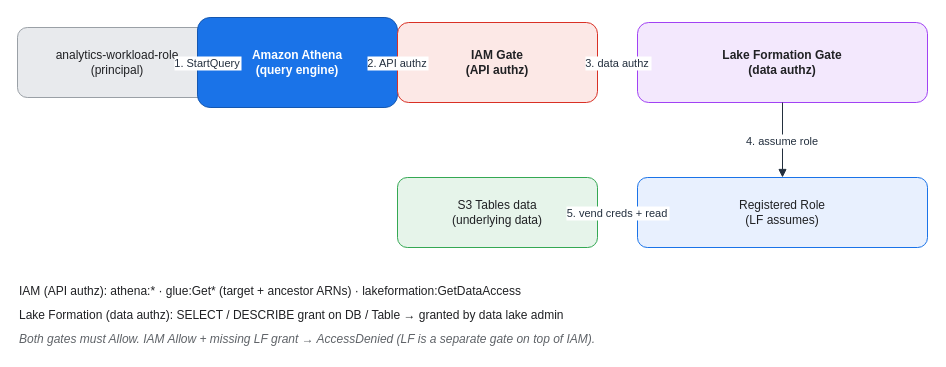
Earlier version of the draw.io diagram assets/img/aws/analytics-stack-07-lake-formation.drawio (KKamJi98/kkamji98.github.io). Source tidied: cells renumbered, new cells numbered last; positions are measured from the earlier drawing's top-left corner, leaving out a move shared by most shapes. Both pictures are drawn from the tidied source at 100%, with x=0, y=0 at pixel (17, 17).
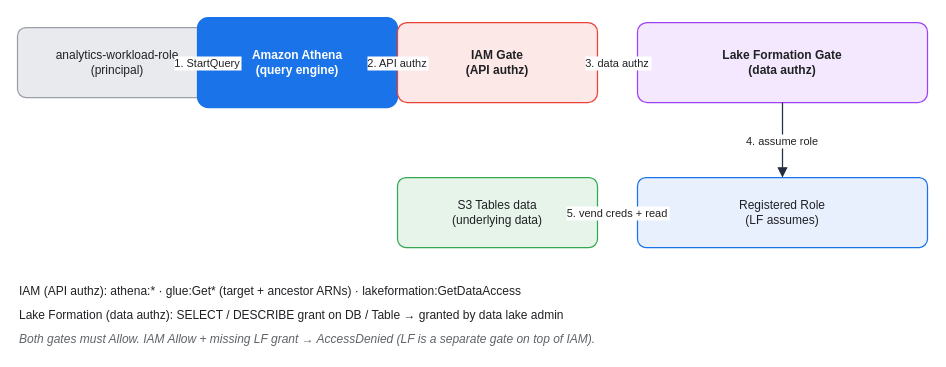
After the change.

What changed in the source:
```diff
@@
-<mxGraphModel>
+<mxGraphModel background="#FFFFFF">
   <root>
     <mxCell id="0" />
     <mxCell id="1" parent="0" />
-    <mxCell id="2" value="analytics-workload-role&#10;(principal)" style="rounded=1;whiteSpace=wrap;html=0;arcSize=14;shadow=0;fillColor=#E8EAED;strokeColor=#9AA0A6;fontColor=#202124;" parent="1" vertex="1">
+    <mxCell id="2" value="analytics-workload-role&#10;(principal)" style="rounded=1;whiteSpace=wrap;html=0;arcSize=12;shadow=0;fillColor=#E8EAED;strokeColor=#9AA0A6;fontColor=#202124;strokeWidth=1.25;" parent="1" vertex="1">
       <mxGeometry y="10" width="200" height="70" as="geometry" />
     </mxCell>
-    <mxCell id="3" value="Amazon Athena&#10;(query engine)" style="rounded=1;whiteSpace=wrap;html=0;arcSize=14;shadow=0;fillColor=#1A73E8;strokeColor=#1457B0;fontColor=#FFFFFF;fontStyle=1;" parent="1" vertex="1">
+    <mxCell id="3" value="Amazon Athena&#10;(query engine)" style="rounded=1;whiteSpace=wrap;html=0;arcSize=12;shadow=0;fillColor=#1A73E8;strokeColor=#1A73E8;fontColor=#FFFFFF;fontStyle=1;strokeWidth=1.25;" parent="1" vertex="1">
       <mxGeometry x="180" width="200" height="90" as="geometry" />
     </mxCell>
-    <mxCell id="4" value="IAM Gate&#10;(API authz)" style="rounded=1;whiteSpace=wrap;html=0;arcSize=14;shadow=0;fillColor=#FCE8E6;strokeColor=#D93025;fontColor=#202124;fontStyle=1;" parent="1" vertex="1">
+    <mxCell id="4" value="IAM Gate&#10;(API authz)" style="rounded=1;whiteSpace=wrap;html=0;arcSize=12;shadow=0;fillColor=#FCE8E6;strokeColor=#EA4335;fontColor=#202124;fontStyle=1;strokeWidth=1.25;" parent="1" vertex="1">
       <mxGeometry x="380" y="5" width="200" height="80" as="geometry" />
     </mxCell>
-    <mxCell id="5" value="Lake Formation Gate&#10;(data authz)" style="rounded=1;whiteSpace=wrap;html=0;arcSize=14;shadow=0;fillColor=#F3E8FD;strokeColor=#A142F4;fontColor=#202124;fontStyle=1;" parent="1" vertex="1">
+    <mxCell id="5" value="Lake Formation Gate&#10;(data authz)" style="rounded=1;whiteSpace=wrap;html=0;arcSize=12;shadow=0;fillColor=#F3E8FD;strokeColor=#A142F4;fontColor=#202124;fontStyle=1;strokeWidth=1.25;" parent="1" vertex="1">
       <mxGeometry x="620" y="5" width="290" height="80" as="geometry" />
     </mxCell>
-    <mxCell id="6" value="Registered Role&#10;(LF assumes)" style="rounded=1;whiteSpace=wrap;html=0;arcSize=14;shadow=0;fillColor=#E8F0FE;strokeColor=#1A73E8;fontColor=#202124;" parent="1" vertex="1">
+    <mxCell id="6" value="Registered Role&#10;(LF assumes)" style="rounded=1;whiteSpace=wrap;html=0;arcSize=12;shadow=0;fillColor=#E8F0FE;strokeColor=#1A73E8;fontColor=#202124;strokeWidth=1.25;" parent="1" vertex="1">
       <mxGeometry x="620" y="160" width="290" height="70" as="geometry" />
     </mxCell>
-    <mxCell id="7" value="S3 Tables data&#10;(underlying data)" style="rounded=1;whiteSpace=wrap;html=0;arcSize=14;shadow=0;fillColor=#E6F4EA;strokeColor=#34A853;fontColor=#202124;" parent="1" vertex="1">
+    <mxCell id="7" value="S3 Tables data&#10;(underlying data)" style="rounded=1;whiteSpace=wrap;html=0;arcSize=12;shadow=0;fillColor=#E6F4EA;strokeColor=#34A853;fontColor=#202124;strokeWidth=1.25;" parent="1" vertex="1">
       <mxGeometry x="380" y="160" width="200" height="70" as="geometry" />
     </mxCell>
-    <mxCell id="8" value="1. StartQuery" style="edgeStyle=orthogonalEdgeStyle;rounded=1;html=0;fontColor=#232F3E;strokeColor=#232F3E;labelBackgroundColor=#FFFFFF;endArrow=block;exitX=1;exitY=0.5;exitDx=0;exitDy=0;entryX=0;entryY=0.5;entryDx=0;entryDy=0;" parent="1" edge="1" source="2" target="3">
+    <mxCell id="8" value="1. StartQuery" style="edgeStyle=orthogonalEdgeStyle;rounded=1;html=0;fontColor=#202124;strokeColor=#232F3E;labelBackgroundColor=#FFFFFF;endArrow=block;exitX=1;exitY=0.5;exitDx=0;exitDy=0;entryX=0;entryY=0.5;entryDx=0;entryDy=0;strokeWidth=1.25;endSize=7;" parent="1" edge="1" source="2" target="3">
       <mxGeometry relative="1" as="geometry" />
     </mxCell>
-    <mxCell id="9" value="2. API authz" style="edgeStyle=orthogonalEdgeStyle;rounded=1;html=0;fontColor=#232F3E;strokeColor=#232F3E;labelBackgroundColor=#FFFFFF;endArrow=block;exitX=1;exitY=0.5;exitDx=0;exitDy=0;entryX=0;entryY=0.5;entryDx=0;entryDy=0;" parent="1" edge="1" source="3" target="4">
+    <mxCell id="9" value="2. API authz" style="edgeStyle=orthogonalEdgeStyle;rounded=1;html=0;fontColor=#202124;strokeColor=#232F3E;labelBackgroundColor=#FFFFFF;endArrow=block;exitX=1;exitY=0.5;exitDx=0;exitDy=0;entryX=0;entryY=0.5;entryDx=0;entryDy=0;strokeWidth=1.25;endSize=7;" parent="1" edge="1" source="3" target="4">
       <mxGeometry relative="1" as="geometry" />
     </mxCell>
-    <mxCell id="10" value="3. data authz" style="edgeStyle=orthogonalEdgeStyle;rounded=1;html=0;fontColor=#232F3E;strokeColor=#232F3E;labelBackgroundColor=#FFFFFF;endArrow=block;exitX=1;exitY=0.5;exitDx=0;exitDy=0;entryX=0;entryY=0.5;entryDx=0;entryDy=0;" parent="1" edge="1" source="4" target="5">
+    <mxCell id="10" value="3. data authz" style="edgeStyle=orthogonalEdgeStyle;rounded=1;html=0;fontColor=#202124;strokeColor=#232F3E;labelBackgroundColor=#FFFFFF;endArrow=block;exitX=1;exitY=0.5;exitDx=0;exitDy=0;entryX=0;entryY=0.5;entryDx=0;entryDy=0;strokeWidth=1.25;endSize=7;" parent="1" edge="1" source="4" target="5">
       <mxGeometry relative="1" as="geometry" />
     </mxCell>
-    <mxCell id="11" value="4. assume role" style="edgeStyle=orthogonalEdgeStyle;rounded=1;html=0;fontColor=#232F3E;strokeColor=#232F3E;labelBackgroundColor=#FFFFFF;endArrow=block;exitX=0.5;exitY=1;exitDx=0;exitDy=0;entryX=0.5;entryY=0;entryDx=0;entryDy=0;" parent="1" edge="1" source="5" target="6">
+    <mxCell id="11" value="4. assume role" style="edgeStyle=orthogonalEdgeStyle;rounded=1;html=0;fontColor=#202124;strokeColor=#232F3E;labelBackgroundColor=#FFFFFF;endArrow=block;exitX=0.5;exitY=1;exitDx=0;exitDy=0;entryX=0.5;entryY=0;entryDx=0;entryDy=0;strokeWidth=1.25;endSize=7;" parent="1" edge="1" source="5" target="6">
       <mxGeometry relative="1" as="geometry" />
     </mxCell>
-    <mxCell id="12" value="5. vend creds + read" style="edgeStyle=orthogonalEdgeStyle;rounded=1;html=0;fontColor=#232F3E;strokeColor=#232F3E;labelBackgroundColor=#FFFFFF;endArrow=block;exitX=0;exitY=0.5;exitDx=0;exitDy=0;entryX=1;entryY=0.5;entryDx=0;entryDy=0;" parent="1" edge="1" source="6" target="7">
+    <mxCell id="12" value="5. vend creds + read" style="edgeStyle=orthogonalEdgeStyle;rounded=1;html=0;fontColor=#202124;strokeColor=#232F3E;labelBackgroundColor=#FFFFFF;endArrow=block;exitX=0;exitY=0.5;exitDx=0;exitDy=0;entryX=1;entryY=0.5;entryDx=0;entryDy=0;strokeWidth=1.25;endSize=7;" parent="1" edge="1" source="6" target="7">
       <mxGeometry relative="1" as="geometry" />
     </mxCell>
     <mxCell id="13" value="IAM (API authz):  athena:*  ·  glue:Get* (target + ancestor ARNs)  ·  lakeformation:GetDataAccess" style="text;html=0;align=left;verticalAlign=middle;fontColor=#202124;" parent="1" vertex="1">
       <mxGeometry y="262" width="910" height="22" as="geometry" />
     </mxCell>
     <mxCell id="14" value="Lake Formation (data authz):  SELECT / DESCRIBE grant on DB / Table  →  granted by data lake admin" style="text;html=0;align=left;verticalAlign=middle;fontColor=#202124;" parent="1" vertex="1">
       <mxGeometry y="286" width="910" height="22" as="geometry" />
     </mxCell>
     <mxCell id="15" value="Both gates must Allow.  IAM Allow + missing LF grant  →  AccessDenied (LF is a separate gate on top of IAM)." style="text;html=0;align=left;verticalAlign=middle;fontColor=#5F6368;fontStyle=2;" parent="1" vertex="1">
       <mxGeometry y="310" width="910" height="22" as="geometry" />
     </mxCell>
   </root>
 </mxGraphModel>
```
